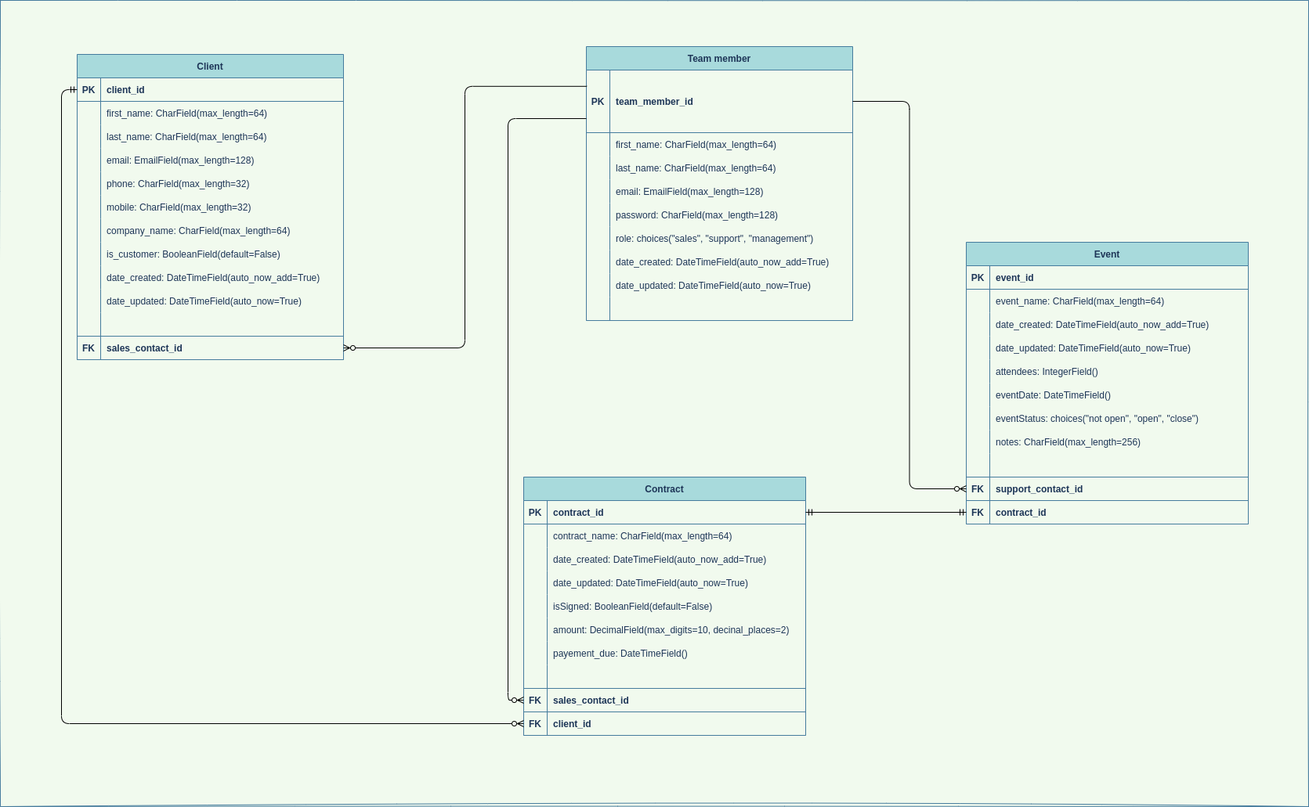
Before: Logical_Data_Model.drawio.png, a diagram exported from draw.io (josayko-courses/epic_events_CRM). Source tidied: cells renumbered, new cells last; positions are measured from the earlier drawing's top-left corner, leaving out a move shared by most shapes.
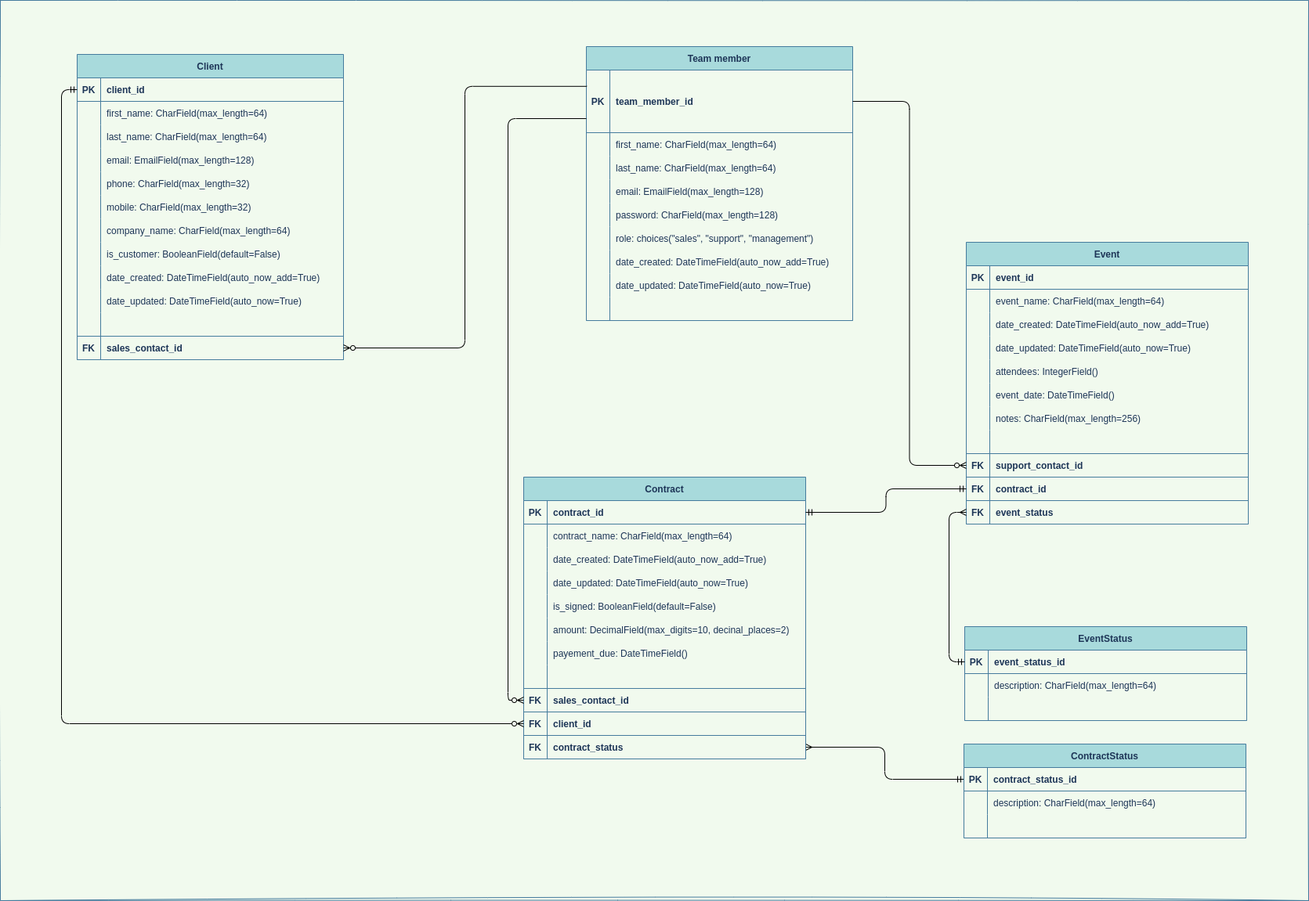
Above is the later version.

Diff of the diagram source:
```diff
@@ -3,8 +3,11 @@
     <mxCell id="0" />
     <mxCell id="1" value="background" parent="0" />
     <mxCell id="2" style="rounded=0;whiteSpace=wrap;html=1;sketch=1;fontColor=#1D3557;strokeColor=#457B9D;fillColor=none;" parent="1" vertex="1">
-      <mxGeometry width="1670" height="1030" as="geometry" />
+      <mxGeometry width="1670" height="1150" as="geometry" />
     </mxCell>
+    <mxCell id="139" style="edgeStyle=orthogonalEdgeStyle;rounded=1;jettySize=auto;html=1;exitX=1;exitY=0.5;exitDx=0;exitDy=0;entryX=0;entryY=0.5;entryDx=0;entryDy=0;startArrow=ERmany;startFill=0;endArrow=ERmandOne;endFill=0;" parent="1" edge="1" source="140" target="158">
+      <mxGeometry relative="1" as="geometry" />
+    </mxCell>
     <mxCell id="3" value="diagram" parent="0" />
     <mxCell id="4" value="Client" style="shape=table;startSize=30;rowLines=0;fontStyle=1;align=center;strokeColor=#457B9D;fillColor=#A8DADC;fontColor=#1D3557;" parent="3" vertex="1">
       <mxGeometry x="98" y="69" width="340" height="390" as="geometry" />
@@ -202,7 +205,7 @@
       <mxGeometry x="30" width="310" height="30" as="geometry" />
     </mxCell>
     <mxCell id="69" value="Contract" style="shape=table;startSize=30;rowLines=0;fontStyle=1;align=center;strokeColor=#457B9D;fillColor=#A8DADC;fontColor=#1D3557;" parent="3" vertex="1">
-      <mxGeometry x="668" y="609" width="360" height="330" as="geometry" />
+      <mxGeometry x="668" y="609" width="360" height="360" as="geometry" />
     </mxCell>
     <mxCell id="70" style="shape=tableRow;horizontal=0;startSize=0;swimlaneHead=0;swimlaneBody=0;fillColor=none;points=[[0,0.5],[1,0.5]];portConstraint=eastwest;top=0;left=0;right=0;bottom=1;strokeColor=#457B9D;fontColor=#1D3557;" parent="69" vertex="1">
       <mxGeometry y="30" width="360" height="30" as="geometry" />
@@ -246,7 +249,7 @@
     <mxCell id="83" style="shape=partialRectangle;fillColor=none;top=0;left=0;bottom=0;right=0;overflow=hidden;strokeColor=#457B9D;fontColor=#1D3557;" parent="82" vertex="1">
       <mxGeometry width="30" height="30" as="geometry" />
     </mxCell>
-    <mxCell id="84" value="isSigned: BooleanField(default=False)" style="shape=partialRectangle;fillColor=none;top=0;left=0;bottom=0;right=0;align=left;spacingLeft=6;overflow=hidden;strokeColor=#457B9D;fontColor=#1D3557;" parent="82" vertex="1">
+    <mxCell id="84" value="is_signed: BooleanField(default=False)" style="shape=partialRectangle;fillColor=none;top=0;left=0;bottom=0;right=0;align=left;spacingLeft=6;overflow=hidden;strokeColor=#457B9D;fontColor=#1D3557;" parent="82" vertex="1">
       <mxGeometry x="30" width="330" height="30" as="geometry" />
     </mxCell>
     <mxCell id="85" style="shape=tableRow;horizontal=0;startSize=0;swimlaneHead=0;swimlaneBody=0;fillColor=none;top=0;left=0;right=0;bottom=0;strokeColor=#457B9D;fontColor=#1D3557;" parent="69" vertex="1">
@@ -294,6 +297,15 @@
     <mxCell id="99" value="client_id" style="shape=partialRectangle;fillColor=none;top=0;left=0;bottom=0;right=0;align=left;spacingLeft=6;fontStyle=1;overflow=hidden;strokeColor=#457B9D;fontColor=#1D3557;" parent="97" vertex="1">
       <mxGeometry x="30" width="330" height="30" as="geometry" />
     </mxCell>
+    <mxCell id="140" style="shape=tableRow;horizontal=0;startSize=0;swimlaneHead=0;swimlaneBody=0;fillColor=none;points=[[0,0.5],[1,0.5]];portConstraint=eastwest;top=0;left=0;right=0;bottom=1;strokeColor=#457B9D;fontColor=#1D3557;" parent="69" vertex="1">
+      <mxGeometry y="330" width="360" height="30" as="geometry" />
+    </mxCell>
+    <mxCell id="141" value="FK" style="shape=partialRectangle;fillColor=none;top=0;left=0;bottom=0;right=0;fontStyle=1;overflow=hidden;strokeColor=#457B9D;fontColor=#1D3557;" parent="140" vertex="1">
+      <mxGeometry width="30" height="30" as="geometry" />
+    </mxCell>
+    <mxCell id="142" value="contract_status" style="shape=partialRectangle;fillColor=none;top=0;left=0;bottom=0;right=0;align=left;spacingLeft=6;fontStyle=1;overflow=hidden;strokeColor=#457B9D;fontColor=#1D3557;" parent="140" vertex="1">
+      <mxGeometry x="30" width="330" height="30" as="geometry" />
+    </mxCell>
     <mxCell id="100" value="Event" style="shape=table;startSize=30;rowLines=0;fontStyle=1;align=center;strokeColor=#457B9D;fillColor=#A8DADC;fontColor=#1D3557;" parent="3" vertex="1">
       <mxGeometry x="1233" y="309" width="360" height="360" as="geometry" />
     </mxCell>
@@ -348,20 +360,11 @@
     <mxCell id="117" style="shape=partialRectangle;fillColor=none;top=0;left=0;bottom=0;right=0;overflow=hidden;strokeColor=#457B9D;fontColor=#1D3557;" parent="116" vertex="1">
       <mxGeometry width="30" height="30" as="geometry" />
     </mxCell>
-    <mxCell id="118" value="eventDate: DateTimeField()" style="shape=partialRectangle;fillColor=none;top=0;left=0;bottom=0;right=0;align=left;spacingLeft=6;overflow=hidden;strokeColor=#457B9D;fontColor=#1D3557;" parent="116" vertex="1">
+    <mxCell id="118" value="event_date: DateTimeField()" style="shape=partialRectangle;fillColor=none;top=0;left=0;bottom=0;right=0;align=left;spacingLeft=6;overflow=hidden;strokeColor=#457B9D;fontColor=#1D3557;" parent="116" vertex="1">
       <mxGeometry x="30" width="330" height="30" as="geometry" />
     </mxCell>
-    <mxCell id="119" style="shape=tableRow;horizontal=0;startSize=0;swimlaneHead=0;swimlaneBody=0;fillColor=none;top=0;left=0;right=0;bottom=0;strokeColor=#457B9D;fontColor=#1D3557;" parent="100" vertex="1">
-      <mxGeometry y="210" width="360" height="30" as="geometry" />
-    </mxCell>
-    <mxCell id="120" style="shape=partialRectangle;fillColor=none;top=0;left=0;bottom=0;right=0;overflow=hidden;strokeColor=#457B9D;fontColor=#1D3557;" parent="119" vertex="1">
-      <mxGeometry width="30" height="30" as="geometry" />
-    </mxCell>
-    <mxCell id="121" value="eventStatus: choices(&quot;not open&quot;, &quot;open&quot;, &quot;close&quot;)" style="shape=partialRectangle;fillColor=none;top=0;left=0;bottom=0;right=0;align=left;spacingLeft=6;overflow=hidden;strokeColor=#457B9D;fontColor=#1D3557;" parent="119" vertex="1">
-      <mxGeometry x="30" width="330" height="30" as="geometry" />
-    </mxCell>
     <mxCell id="122" style="shape=tableRow;horizontal=0;startSize=0;swimlaneHead=0;swimlaneBody=0;fillColor=none;top=0;left=0;right=0;bottom=0;strokeColor=#457B9D;fontColor=#1D3557;" parent="100" vertex="1">
-      <mxGeometry y="240" width="360" height="30" as="geometry" />
+      <mxGeometry y="210" width="360" height="30" as="geometry" />
     </mxCell>
     <mxCell id="123" style="shape=partialRectangle;fillColor=none;top=0;left=0;bottom=0;right=0;overflow=hidden;strokeColor=#457B9D;fontColor=#1D3557;" parent="122" vertex="1">
       <mxGeometry width="30" height="30" as="geometry" />
@@ -370,7 +373,7 @@
       <mxGeometry x="30" width="330" height="30" as="geometry" />
     </mxCell>
     <mxCell id="125" style="shape=tableRow;horizontal=0;startSize=0;swimlaneHead=0;swimlaneBody=0;fillColor=none;top=0;left=0;right=0;bottom=1;strokeColor=#457B9D;fontColor=#1D3557;" parent="100" vertex="1">
-      <mxGeometry y="270" width="360" height="30" as="geometry" />
+      <mxGeometry y="240" width="360" height="30" as="geometry" />
     </mxCell>
     <mxCell id="126" style="shape=partialRectangle;fillColor=none;top=0;left=0;bottom=0;right=0;fontStyle=1;overflow=hidden;strokeColor=#457B9D;fontColor=#1D3557;" parent="125" vertex="1">
       <mxGeometry width="30" height="30" as="geometry" />
@@ -379,7 +382,7 @@
       <mxGeometry x="30" width="330" height="30" as="geometry" />
     </mxCell>
     <mxCell id="128" style="shape=tableRow;horizontal=0;startSize=0;swimlaneHead=0;swimlaneBody=0;fillColor=none;points=[[0,0.5],[1,0.5]];portConstraint=eastwest;top=0;left=0;right=0;bottom=1;strokeColor=#457B9D;fontColor=#1D3557;" parent="100" vertex="1">
-      <mxGeometry y="300" width="360" height="30" as="geometry" />
+      <mxGeometry y="270" width="360" height="30" as="geometry" />
     </mxCell>
     <mxCell id="129" value="FK" style="shape=partialRectangle;fillColor=none;top=0;left=0;bottom=0;right=0;fontStyle=1;overflow=hidden;strokeColor=#457B9D;fontColor=#1D3557;" parent="128" vertex="1">
       <mxGeometry width="30" height="30" as="geometry" />
@@ -388,7 +391,7 @@
       <mxGeometry x="30" width="330" height="30" as="geometry" />
     </mxCell>
     <mxCell id="131" style="shape=tableRow;horizontal=0;startSize=0;swimlaneHead=0;swimlaneBody=0;fillColor=none;points=[[0,0.5],[1,0.5]];portConstraint=eastwest;top=0;left=0;right=0;bottom=1;strokeColor=#457B9D;fontColor=#1D3557;" parent="100" vertex="1">
-      <mxGeometry y="330" width="360" height="30" as="geometry" />
+      <mxGeometry y="300" width="360" height="30" as="geometry" />
     </mxCell>
     <mxCell id="132" value="FK" style="shape=partialRectangle;fillColor=none;top=0;left=0;bottom=0;right=0;fontStyle=1;overflow=hidden;strokeColor=#457B9D;fontColor=#1D3557;" parent="131" vertex="1">
       <mxGeometry width="30" height="30" as="geometry" />
@@ -396,6 +399,15 @@
     <mxCell id="133" value="contract_id" style="shape=partialRectangle;fillColor=none;top=0;left=0;bottom=0;right=0;align=left;spacingLeft=6;fontStyle=1;overflow=hidden;strokeColor=#457B9D;fontColor=#1D3557;" parent="131" vertex="1">
       <mxGeometry x="30" width="330" height="30" as="geometry" />
     </mxCell>
+    <mxCell id="143" style="shape=tableRow;horizontal=0;startSize=0;swimlaneHead=0;swimlaneBody=0;fillColor=none;points=[[0,0.5],[1,0.5]];portConstraint=eastwest;top=0;left=0;right=0;bottom=1;strokeColor=#457B9D;fontColor=#1D3557;" parent="100" vertex="1">
+      <mxGeometry y="330" width="360" height="30" as="geometry" />
+    </mxCell>
+    <mxCell id="144" value="FK" style="shape=partialRectangle;fillColor=none;top=0;left=0;bottom=0;right=0;fontStyle=1;overflow=hidden;strokeColor=#457B9D;fontColor=#1D3557;" parent="143" vertex="1">
+      <mxGeometry width="30" height="30" as="geometry" />
+    </mxCell>
+    <mxCell id="145" value="event_status" style="shape=partialRectangle;fillColor=none;top=0;left=0;bottom=0;right=0;align=left;spacingLeft=6;fontStyle=1;overflow=hidden;strokeColor=#457B9D;fontColor=#1D3557;" parent="143" vertex="1">
+      <mxGeometry x="30" width="330" height="30" as="geometry" />
+    </mxCell>
     <mxCell id="134" style="edgeStyle=orthogonalEdgeStyle;curved=0;rounded=1;sketch=0;jettySize=auto;html=1;exitX=0.002;exitY=0.26;exitDx=0;exitDy=0;entryX=1;entryY=0.5;entryDx=0;entryDy=0;fontColor=#1D3557;strokeColor=default;fillColor=#A8DADC;endArrow=ERzeroToMany;endFill=0;startArrow=none;startFill=0;exitPerimeter=0;" parent="3" edge="1" source="42" target="38">
       <mxGeometry relative="1" as="geometry" />
     </mxCell>
@@ -411,5 +423,68 @@
     <mxCell id="138" style="edgeStyle=orthogonalEdgeStyle;rounded=1;sketch=0;jettySize=auto;html=1;exitX=0;exitY=0.5;exitDx=0;exitDy=0;entryX=1;entryY=0.5;entryDx=0;entryDy=0;fontColor=#1D3557;startArrow=ERmandOne;startFill=0;endArrow=ERmandOne;endFill=0;strokeColor=default;fillColor=#A8DADC;" parent="3" edge="1" source="131" target="70">
       <mxGeometry relative="1" as="geometry" />
     </mxCell>
+    <mxCell id="146" value="EventStatus" style="shape=table;startSize=30;rowLines=0;fontStyle=1;align=center;strokeColor=#457B9D;fillColor=#A8DADC;fontColor=#1D3557;" parent="3" vertex="1">
+      <mxGeometry x="1231" y="800" width="360" height="120" as="geometry" />
+    </mxCell>
+    <mxCell id="147" style="shape=tableRow;horizontal=0;startSize=0;swimlaneHead=0;swimlaneBody=0;fillColor=none;points=[[0,0.5],[1,0.5]];portConstraint=eastwest;top=0;left=0;right=0;bottom=1;strokeColor=#457B9D;fontColor=#1D3557;" parent="146" vertex="1">
+      <mxGeometry y="30" width="360" height="30" as="geometry" />
+    </mxCell>
+    <mxCell id="148" value="PK" style="shape=partialRectangle;fillColor=none;top=0;left=0;bottom=0;right=0;fontStyle=1;overflow=hidden;strokeColor=#457B9D;fontColor=#1D3557;" parent="147" vertex="1">
+      <mxGeometry width="30" height="30" as="geometry" />
+    </mxCell>
+    <mxCell id="149" value="event_status_id" style="shape=partialRectangle;fillColor=none;top=0;left=0;bottom=0;right=0;align=left;spacingLeft=6;fontStyle=1;overflow=hidden;strokeColor=#457B9D;fontColor=#1D3557;" parent="147" vertex="1">
+      <mxGeometry x="30" width="330" height="30" as="geometry" />
+    </mxCell>
+    <mxCell id="150" style="shape=tableRow;horizontal=0;startSize=0;swimlaneHead=0;swimlaneBody=0;fillColor=none;top=0;left=0;right=0;bottom=0;strokeColor=#457B9D;fontColor=#1D3557;" parent="146" vertex="1">
+      <mxGeometry y="60" width="360" height="30" as="geometry" />
+    </mxCell>
+    <mxCell id="151" style="shape=partialRectangle;fillColor=none;top=0;left=0;bottom=0;right=0;overflow=hidden;strokeColor=#457B9D;fontColor=#1D3557;" parent="150" vertex="1">
+      <mxGeometry width="30" height="30" as="geometry" />
+    </mxCell>
+    <mxCell id="152" value="description: CharField(max_length=64)" style="shape=partialRectangle;fillColor=none;top=0;left=0;bottom=0;right=0;align=left;spacingLeft=6;overflow=hidden;strokeColor=#457B9D;fontColor=#1D3557;" parent="150" vertex="1">
+      <mxGeometry x="30" width="330" height="30" as="geometry" />
+    </mxCell>
+    <mxCell id="153" style="shape=tableRow;horizontal=0;startSize=0;swimlaneHead=0;swimlaneBody=0;fillColor=none;top=0;left=0;right=0;bottom=1;strokeColor=#457B9D;fontColor=#1D3557;" parent="146" vertex="1">
+      <mxGeometry y="90" width="360" height="30" as="geometry" />
+    </mxCell>
+    <mxCell id="154" style="shape=partialRectangle;fillColor=none;top=0;left=0;bottom=0;right=0;fontStyle=1;overflow=hidden;strokeColor=#457B9D;fontColor=#1D3557;" parent="153" vertex="1">
+      <mxGeometry width="30" height="30" as="geometry" />
+    </mxCell>
+    <mxCell id="155" style="shape=partialRectangle;fillColor=none;top=0;left=0;bottom=0;right=0;align=left;spacingLeft=6;fontStyle=1;overflow=hidden;strokeColor=#457B9D;fontColor=#1D3557;" parent="153" vertex="1">
+      <mxGeometry x="30" width="330" height="30" as="geometry" />
+    </mxCell>
+    <mxCell id="156" style="edgeStyle=orthogonalEdgeStyle;rounded=1;jettySize=auto;html=1;exitX=0;exitY=0.5;exitDx=0;exitDy=0;entryX=0;entryY=0.5;entryDx=0;entryDy=0;startArrow=ERmany;startFill=0;endArrow=ERmandOne;endFill=0;" parent="3" edge="1" source="143" target="147">
+      <mxGeometry relative="1" as="geometry" />
+    </mxCell>
+    <mxCell id="157" value="ContractStatus" style="shape=table;startSize=30;rowLines=0;fontStyle=1;align=center;strokeColor=#457B9D;fillColor=#A8DADC;fontColor=#1D3557;" parent="3" vertex="1">
+      <mxGeometry x="1230" y="950" width="360" height="120" as="geometry" />
+    </mxCell>
+    <mxCell id="158" style="shape=tableRow;horizontal=0;startSize=0;swimlaneHead=0;swimlaneBody=0;fillColor=none;points=[[0,0.5],[1,0.5]];portConstraint=eastwest;top=0;left=0;right=0;bottom=1;strokeColor=#457B9D;fontColor=#1D3557;" parent="157" vertex="1">
+      <mxGeometry y="30" width="360" height="30" as="geometry" />
+    </mxCell>
+    <mxCell id="159" value="PK" style="shape=partialRectangle;fillColor=none;top=0;left=0;bottom=0;right=0;fontStyle=1;overflow=hidden;strokeColor=#457B9D;fontColor=#1D3557;" parent="158" vertex="1">
+      <mxGeometry width="30" height="30" as="geometry" />
+    </mxCell>
+    <mxCell id="160" value="contract_status_id" style="shape=partialRectangle;fillColor=none;top=0;left=0;bottom=0;right=0;align=left;spacingLeft=6;fontStyle=1;overflow=hidden;strokeColor=#457B9D;fontColor=#1D3557;" parent="158" vertex="1">
+      <mxGeometry x="30" width="330" height="30" as="geometry" />
+    </mxCell>
+    <mxCell id="161" style="shape=tableRow;horizontal=0;startSize=0;swimlaneHead=0;swimlaneBody=0;fillColor=none;top=0;left=0;right=0;bottom=0;strokeColor=#457B9D;fontColor=#1D3557;" parent="157" vertex="1">
+      <mxGeometry y="60" width="360" height="30" as="geometry" />
+    </mxCell>
+    <mxCell id="162" style="shape=partialRectangle;fillColor=none;top=0;left=0;bottom=0;right=0;overflow=hidden;strokeColor=#457B9D;fontColor=#1D3557;" parent="161" vertex="1">
+      <mxGeometry width="30" height="30" as="geometry" />
+    </mxCell>
+    <mxCell id="163" value="description: CharField(max_length=64)" style="shape=partialRectangle;fillColor=none;top=0;left=0;bottom=0;right=0;align=left;spacingLeft=6;overflow=hidden;strokeColor=#457B9D;fontColor=#1D3557;" parent="161" vertex="1">
+      <mxGeometry x="30" width="330" height="30" as="geometry" />
+    </mxCell>
+    <mxCell id="164" style="shape=tableRow;horizontal=0;startSize=0;swimlaneHead=0;swimlaneBody=0;fillColor=none;top=0;left=0;right=0;bottom=1;strokeColor=#457B9D;fontColor=#1D3557;" parent="157" vertex="1">
+      <mxGeometry y="90" width="360" height="30" as="geometry" />
+    </mxCell>
+    <mxCell id="165" style="shape=partialRectangle;fillColor=none;top=0;left=0;bottom=0;right=0;fontStyle=1;overflow=hidden;strokeColor=#457B9D;fontColor=#1D3557;" parent="164" vertex="1">
+      <mxGeometry width="30" height="30" as="geometry" />
+    </mxCell>
+    <mxCell id="166" style="shape=partialRectangle;fillColor=none;top=0;left=0;bottom=0;right=0;align=left;spacingLeft=6;fontStyle=1;overflow=hidden;strokeColor=#457B9D;fontColor=#1D3557;" parent="164" vertex="1">
+      <mxGeometry x="30" width="330" height="30" as="geometry" />
+    </mxCell>
   </root>
 </mxGraphModel>
```
